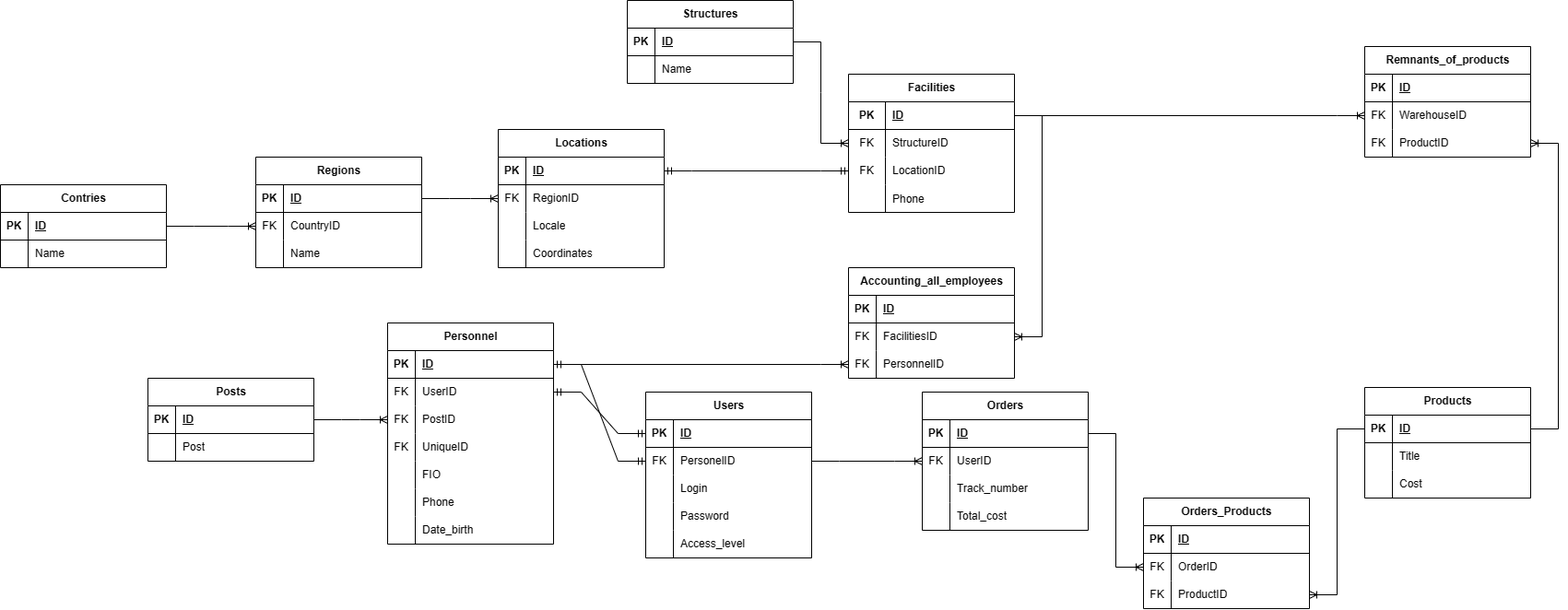
Earlier version of the draw.io export docs/uml/shesterochkaDB.drawio.png (JustKingYT1/demo_app). Source tidied: cells renumbered, new cells last; positions are measured from the earlier drawing's top-left corner, leaving out a move shared by most shapes.
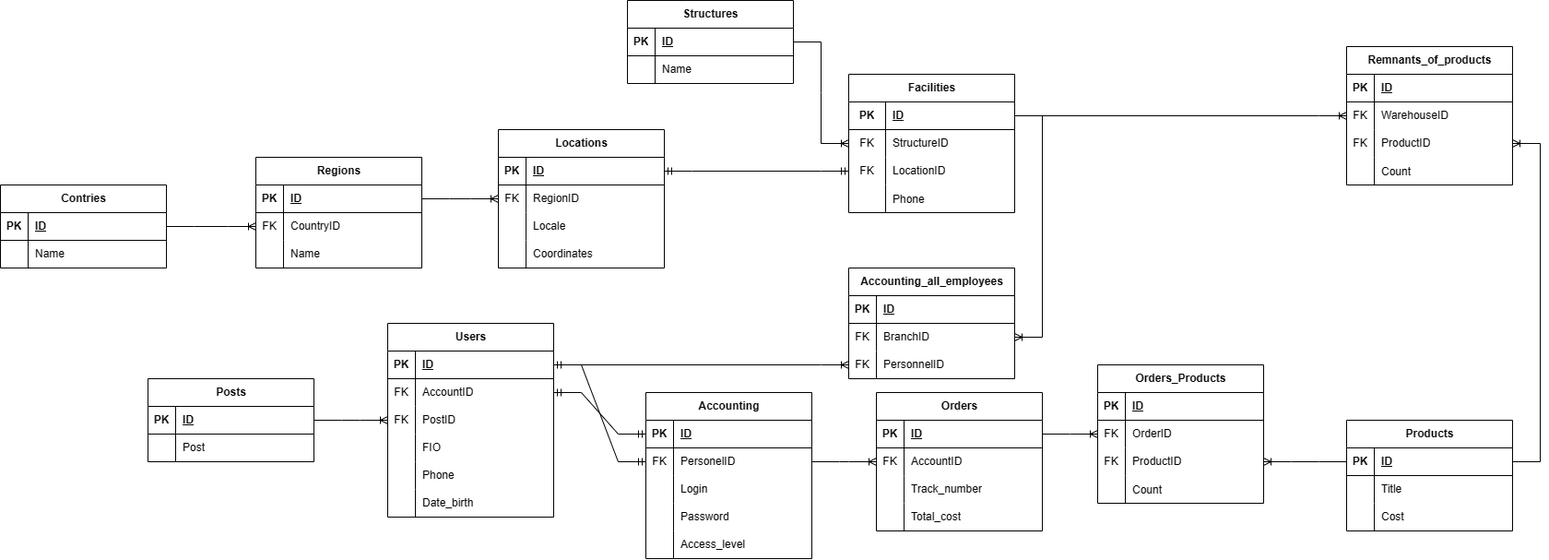
The same file after the commit.

What changed in the source:
```diff
@@ -2,7 +2,7 @@
   <root>
     <mxCell id="0" />
     <mxCell id="1" parent="0" />
-    <mxCell id="2" value="Users" style="shape=table;startSize=30;rowLines=0;fontStyle=1;align=center;html=1;" parent="1" vertex="1">
+    <mxCell id="2" value="Accounting" style="shape=table;startSize=30;rowLines=0;fontStyle=1;align=center;html=1;" parent="1" vertex="1">
       <mxGeometry x="700" y="425" width="180" height="180" as="geometry" />
     </mxCell>
     <mxCell id="3" style="shape=tableRow;horizontal=0;startSize=0;swimlaneHead=0;swimlaneBody=0;fillColor=none;points=[[0,0.5],[1,0.5]];portConstraint=eastwest;top=0;left=0;right=0;bottom=1;" parent="2" vertex="1">
@@ -143,8 +143,8 @@
     <mxCell id="48" style="edgeStyle=entityRelationEdgeStyle;fontSize=12;html=1;endArrow=ERoneToMany;rounded=0;exitX=1;exitY=0.5;exitDx=0;exitDy=0;" parent="1" edge="1" source="32" target="22">
       <mxGeometry relative="1" as="geometry" />
     </mxCell>
-    <mxCell id="49" value="Personnel" style="shape=table;startSize=30;rowLines=0;fontStyle=1;align=center;html=1;" parent="1" vertex="1">
-      <mxGeometry x="420" y="350" width="180" height="240" as="geometry" />
+    <mxCell id="49" value="Users" style="shape=table;startSize=30;rowLines=0;fontStyle=1;align=center;html=1;" parent="1" vertex="1">
+      <mxGeometry x="420" y="350" width="180" height="210" as="geometry" />
     </mxCell>
     <mxCell id="50" style="shape=tableRow;horizontal=0;startSize=0;swimlaneHead=0;swimlaneBody=0;fillColor=none;points=[[0,0.5],[1,0.5]];portConstraint=eastwest;top=0;left=0;right=0;bottom=1;" parent="49" vertex="1">
       <mxGeometry y="30" width="180" height="30" as="geometry" />
@@ -161,7 +161,7 @@
     <mxCell id="54" value="FK" style="shape=partialRectangle;fillColor=none;top=0;left=0;bottom=0;right=0;fontStyle=0;overflow=hidden;whiteSpace=wrap;html=1;" parent="53" vertex="1">
       <mxGeometry width="30" height="30" as="geometry" />
     </mxCell>
-    <mxCell id="55" value="UserID" style="shape=partialRectangle;fillColor=none;top=0;left=0;bottom=0;right=0;align=left;spacingLeft=6;fontStyle=0;overflow=hidden;whiteSpace=wrap;html=1;" parent="53" vertex="1">
+    <mxCell id="55" value="AccountID" style="shape=partialRectangle;fillColor=none;top=0;left=0;bottom=0;right=0;align=left;spacingLeft=6;fontStyle=0;overflow=hidden;whiteSpace=wrap;html=1;" parent="53" vertex="1">
       <mxGeometry x="30" width="150" height="30" as="geometry" />
     </mxCell>
     <mxCell id="56" style="shape=tableRow;horizontal=0;startSize=0;swimlaneHead=0;swimlaneBody=0;fillColor=none;points=[[0,0.5],[1,0.5]];portConstraint=eastwest;top=0;left=0;right=0;bottom=0;" parent="49" vertex="1">
@@ -173,17 +173,8 @@
     <mxCell id="58" value="PostID" style="shape=partialRectangle;fillColor=none;top=0;left=0;bottom=0;right=0;align=left;spacingLeft=6;fontStyle=0;overflow=hidden;whiteSpace=wrap;html=1;" parent="56" vertex="1">
       <mxGeometry x="30" width="150" height="30" as="geometry" />
     </mxCell>
-    <mxCell id="59" style="shape=tableRow;horizontal=0;startSize=0;swimlaneHead=0;swimlaneBody=0;fillColor=none;top=0;left=0;right=0;bottom=0;" parent="49" vertex="1">
-      <mxGeometry y="120" width="180" height="30" as="geometry" />
-    </mxCell>
-    <mxCell id="60" value="FK" style="shape=partialRectangle;fillColor=none;top=0;left=0;bottom=0;right=0;fontStyle=0;overflow=hidden;whiteSpace=wrap;html=1;" parent="59" vertex="1">
-      <mxGeometry width="30" height="30" as="geometry" />
-    </mxCell>
-    <mxCell id="61" value="UniqueID" style="shape=partialRectangle;fillColor=none;top=0;left=0;bottom=0;right=0;align=left;spacingLeft=6;fontStyle=0;overflow=hidden;whiteSpace=wrap;html=1;" parent="59" vertex="1">
-      <mxGeometry x="30" width="150" height="30" as="geometry" />
-    </mxCell>
     <mxCell id="62" style="shape=tableRow;horizontal=0;startSize=0;swimlaneHead=0;swimlaneBody=0;fillColor=none;top=0;left=0;right=0;bottom=0;" parent="49" vertex="1">
-      <mxGeometry y="150" width="180" height="30" as="geometry" />
+      <mxGeometry y="120" width="180" height="30" as="geometry" />
     </mxCell>
     <mxCell id="63" style="shape=partialRectangle;fillColor=none;top=0;left=0;bottom=0;right=0;overflow=hidden;whiteSpace=wrap;html=1;" parent="62" vertex="1">
       <mxGeometry width="30" height="30" as="geometry" />
@@ -192,7 +183,7 @@
       <mxGeometry x="30" width="150" height="30" as="geometry" />
     </mxCell>
     <mxCell id="65" style="shape=tableRow;horizontal=0;startSize=0;swimlaneHead=0;swimlaneBody=0;fillColor=none;top=0;left=0;right=0;bottom=0;" parent="49" vertex="1">
-      <mxGeometry y="180" width="180" height="30" as="geometry" />
+      <mxGeometry y="150" width="180" height="30" as="geometry" />
     </mxCell>
     <mxCell id="66" style="shape=partialRectangle;fillColor=none;top=0;left=0;bottom=0;right=0;overflow=hidden;whiteSpace=wrap;html=1;" parent="65" vertex="1">
       <mxGeometry width="30" height="30" as="geometry" />
@@ -201,7 +192,7 @@
       <mxGeometry x="30" width="150" height="30" as="geometry" />
     </mxCell>
     <mxCell id="68" style="shape=tableRow;horizontal=0;startSize=0;swimlaneHead=0;swimlaneBody=0;fillColor=none;top=0;left=0;right=0;bottom=0;" parent="49" vertex="1">
-      <mxGeometry y="210" width="180" height="30" as="geometry" />
+      <mxGeometry y="180" width="180" height="30" as="geometry" />
     </mxCell>
     <mxCell id="69" style="shape=partialRectangle;fillColor=none;top=0;left=0;bottom=0;right=0;overflow=hidden;whiteSpace=wrap;html=1;" parent="68" vertex="1">
       <mxGeometry width="30" height="30" as="geometry" />
@@ -243,7 +234,7 @@
       <mxGeometry relative="1" as="geometry" />
     </mxCell>
     <mxCell id="82" value="Orders" style="shape=table;startSize=30;rowLines=0;fontStyle=1;align=center;html=1;" parent="1" vertex="1">
-      <mxGeometry x="1000" y="425" width="180" height="150" as="geometry" />
+      <mxGeometry x="950" y="425" width="180" height="150" as="geometry" />
     </mxCell>
     <mxCell id="83" style="shape=tableRow;horizontal=0;startSize=0;swimlaneHead=0;swimlaneBody=0;fillColor=none;points=[[0,0.5],[1,0.5]];portConstraint=eastwest;top=0;left=0;right=0;bottom=1;" parent="82" vertex="1">
       <mxGeometry y="30" width="180" height="30" as="geometry" />
@@ -260,7 +251,7 @@
     <mxCell id="87" value="FK" style="shape=partialRectangle;fillColor=none;top=0;left=0;bottom=0;right=0;fontStyle=0;overflow=hidden;whiteSpace=wrap;html=1;" parent="86" vertex="1">
       <mxGeometry width="30" height="30" as="geometry" />
     </mxCell>
-    <mxCell id="88" value="UserID" style="shape=partialRectangle;fillColor=none;top=0;left=0;bottom=0;right=0;align=left;spacingLeft=6;fontStyle=0;overflow=hidden;whiteSpace=wrap;html=1;" parent="86" vertex="1">
+    <mxCell id="88" value="AccountID" style="shape=partialRectangle;fillColor=none;top=0;left=0;bottom=0;right=0;align=left;spacingLeft=6;fontStyle=0;overflow=hidden;whiteSpace=wrap;html=1;" parent="86" vertex="1">
       <mxGeometry x="30" width="150" height="30" as="geometry" />
     </mxCell>
     <mxCell id="89" style="shape=tableRow;horizontal=0;startSize=0;swimlaneHead=0;swimlaneBody=0;fillColor=none;top=0;left=0;right=0;bottom=0;" parent="82" vertex="1">
@@ -285,7 +276,7 @@
       <mxGeometry relative="1" as="geometry" />
     </mxCell>
     <mxCell id="96" value="Products" style="shape=table;startSize=30;rowLines=0;fontStyle=1;align=center;html=1;" parent="1" vertex="1">
-      <mxGeometry x="1480" y="420" width="180" height="120" as="geometry" />
+      <mxGeometry x="1460" y="455" width="180" height="120" as="geometry" />
     </mxCell>
     <mxCell id="97" style="shape=tableRow;horizontal=0;startSize=0;swimlaneHead=0;swimlaneBody=0;fillColor=none;points=[[0,0.5],[1,0.5]];portConstraint=eastwest;top=0;left=0;right=0;bottom=1;" parent="96" vertex="1">
       <mxGeometry y="30" width="180" height="30" as="geometry" />
@@ -315,7 +306,7 @@
       <mxGeometry x="30" width="150" height="30" as="geometry" />
     </mxCell>
     <mxCell id="106" value="Orders_Products" style="shape=table;startSize=30;rowLines=0;fontStyle=1;align=center;html=1;" parent="1" vertex="1">
-      <mxGeometry x="1240" y="540" width="180" height="120" as="geometry" />
+      <mxGeometry x="1190" y="395" width="180" height="150" as="geometry" />
     </mxCell>
     <mxCell id="107" style="shape=tableRow;horizontal=0;startSize=0;swimlaneHead=0;swimlaneBody=0;fillColor=none;top=0;left=0;right=0;bottom=1;" parent="106" vertex="1">
       <mxGeometry y="30" width="180" height="30" as="geometry" />
@@ -344,6 +335,15 @@
     <mxCell id="115" value="ProductID" style="shape=partialRectangle;fillColor=none;top=0;left=0;bottom=0;right=0;align=left;spacingLeft=6;fontStyle=0;overflow=hidden;whiteSpace=wrap;html=1;" parent="113" vertex="1">
       <mxGeometry x="30" width="150" height="30" as="geometry" />
     </mxCell>
+    <mxCell id="164" style="shape=tableRow;horizontal=0;startSize=0;swimlaneHead=0;swimlaneBody=0;fillColor=none;top=0;left=0;right=0;bottom=0;" parent="106" vertex="1">
+      <mxGeometry y="120" width="180" height="30" as="geometry" />
+    </mxCell>
+    <mxCell id="165" style="shape=partialRectangle;fillColor=none;top=0;left=0;bottom=0;right=0;overflow=hidden;" parent="164" vertex="1">
+      <mxGeometry width="30" height="30" as="geometry" />
+    </mxCell>
+    <mxCell id="166" value="Count" style="shape=partialRectangle;fillColor=none;top=0;left=0;bottom=0;right=0;align=left;spacingLeft=6;overflow=hidden;" parent="164" vertex="1">
+      <mxGeometry x="30" width="150" height="30" as="geometry" />
+    </mxCell>
     <mxCell id="116" style="edgeStyle=entityRelationEdgeStyle;fontSize=12;html=1;endArrow=ERoneToMany;rounded=0;exitX=0;exitY=0.5;exitDx=0;exitDy=0;" parent="1" edge="1" source="97" target="113">
       <mxGeometry relative="1" as="geometry" />
     </mxCell>
@@ -390,7 +390,7 @@
       <mxGeometry relative="1" as="geometry" />
     </mxCell>
     <mxCell id="131" value="Remnants_of_products" style="shape=table;startSize=30;rowLines=0;fontStyle=1;align=center;html=1;" parent="1" vertex="1">
-      <mxGeometry x="1480" y="50" width="180" height="120" as="geometry" />
+      <mxGeometry x="1460" y="50" width="180" height="150" as="geometry" />
     </mxCell>
     <mxCell id="132" style="shape=tableRow;horizontal=0;startSize=0;swimlaneHead=0;swimlaneBody=0;fillColor=none;top=0;left=0;right=0;bottom=1;" parent="131" vertex="1">
       <mxGeometry y="30" width="180" height="30" as="geometry" />
@@ -419,6 +419,15 @@
     <mxCell id="140" value="ProductID" style="shape=partialRectangle;fillColor=none;top=0;left=0;bottom=0;right=0;align=left;spacingLeft=6;fontStyle=0;overflow=hidden;whiteSpace=wrap;html=1;" parent="138" vertex="1">
       <mxGeometry x="30" width="150" height="30" as="geometry" />
     </mxCell>
+    <mxCell id="167" style="shape=tableRow;horizontal=0;startSize=0;swimlaneHead=0;swimlaneBody=0;fillColor=none;top=0;left=0;right=0;bottom=0;" parent="131" vertex="1">
+      <mxGeometry y="120" width="180" height="30" as="geometry" />
+    </mxCell>
+    <mxCell id="168" style="shape=partialRectangle;fillColor=none;top=0;left=0;bottom=0;right=0;overflow=hidden;" parent="167" vertex="1">
+      <mxGeometry width="30" height="30" as="geometry" />
+    </mxCell>
+    <mxCell id="169" value="Count" style="shape=partialRectangle;fillColor=none;top=0;left=0;bottom=0;right=0;align=left;spacingLeft=6;overflow=hidden;" parent="167" vertex="1">
+      <mxGeometry x="30" width="150" height="30" as="geometry" />
+    </mxCell>
     <mxCell id="141" style="edgeStyle=entityRelationEdgeStyle;fontSize=12;html=1;endArrow=ERoneToMany;rounded=0;exitX=1;exitY=0.5;exitDx=0;exitDy=0;entryX=1;entryY=0.5;entryDx=0;entryDy=0;" parent="1" edge="1" source="97" target="138">
       <mxGeometry relative="1" as="geometry" />
     </mxCell>
@@ -459,7 +468,7 @@
     <mxCell id="150" value="FK" style="shape=partialRectangle;fillColor=none;top=0;left=0;bottom=0;right=0;fontStyle=0;overflow=hidden;whiteSpace=wrap;html=1;" parent="149" vertex="1">
       <mxGeometry width="30" height="30" as="geometry" />
     </mxCell>
-    <mxCell id="151" value="FacilitiesID" style="shape=partialRectangle;fillColor=none;top=0;left=0;bottom=0;right=0;align=left;spacingLeft=6;fontStyle=0;overflow=hidden;whiteSpace=wrap;html=1;" parent="149" vertex="1">
+    <mxCell id="151" value="BranchID" style="shape=partialRectangle;fillColor=none;top=0;left=0;bottom=0;right=0;align=left;spacingLeft=6;fontStyle=0;overflow=hidden;whiteSpace=wrap;html=1;" parent="149" vertex="1">
       <mxGeometry x="30" width="150" height="30" as="geometry" />
     </mxCell>
     <mxCell id="152" style="shape=tableRow;horizontal=0;startSize=0;swimlaneHead=0;swimlaneBody=0;fillColor=none;points=[[0,0.5],[1,0.5]];portConstraint=eastwest;top=0;left=0;right=0;bottom=0;" parent="145" vertex="1">
```
